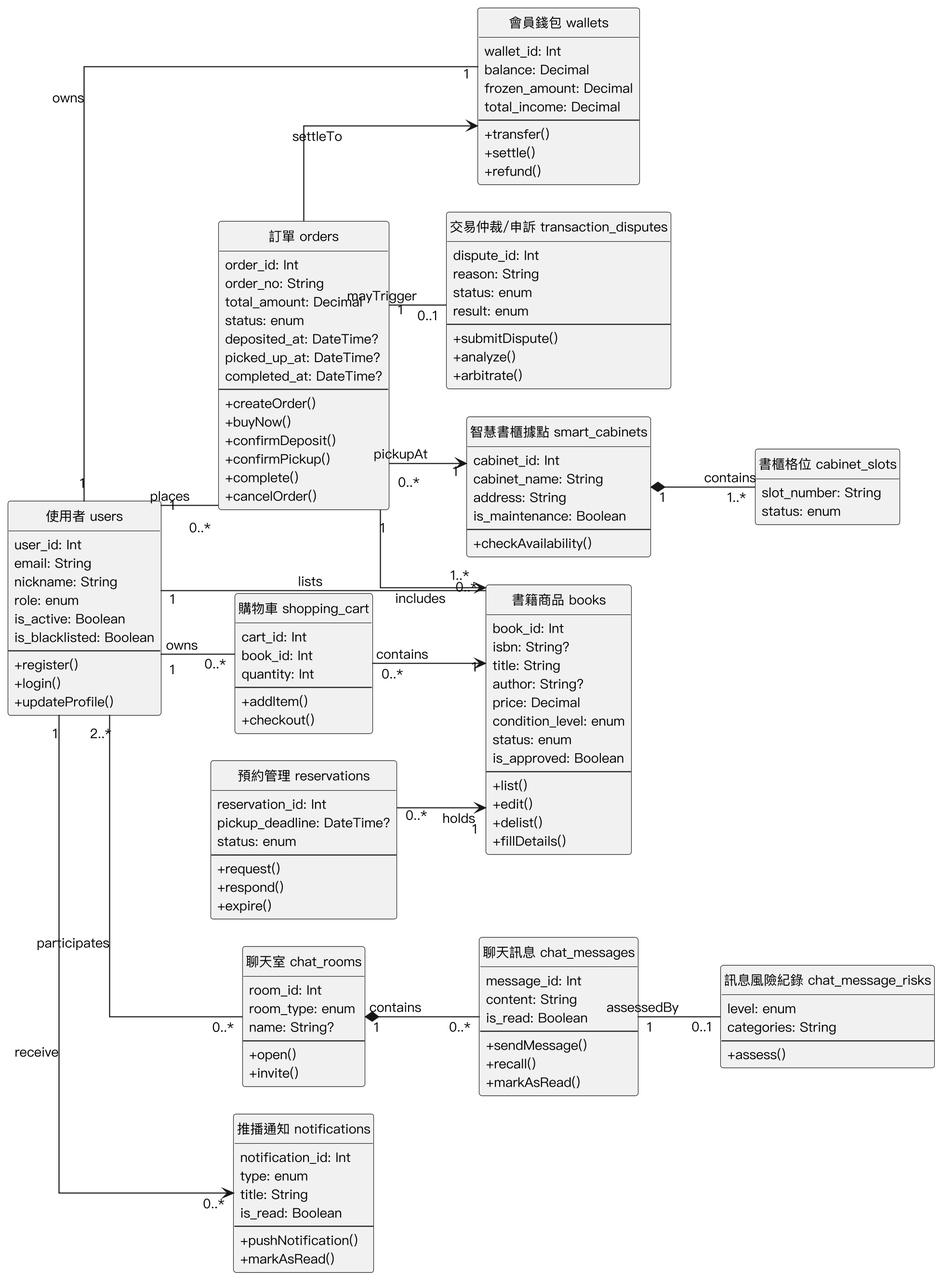
The PlantUML diagram Diagrams/Class diagram/v3/design_class.png in SaveMyBook/SaveMyBook, before a commit.
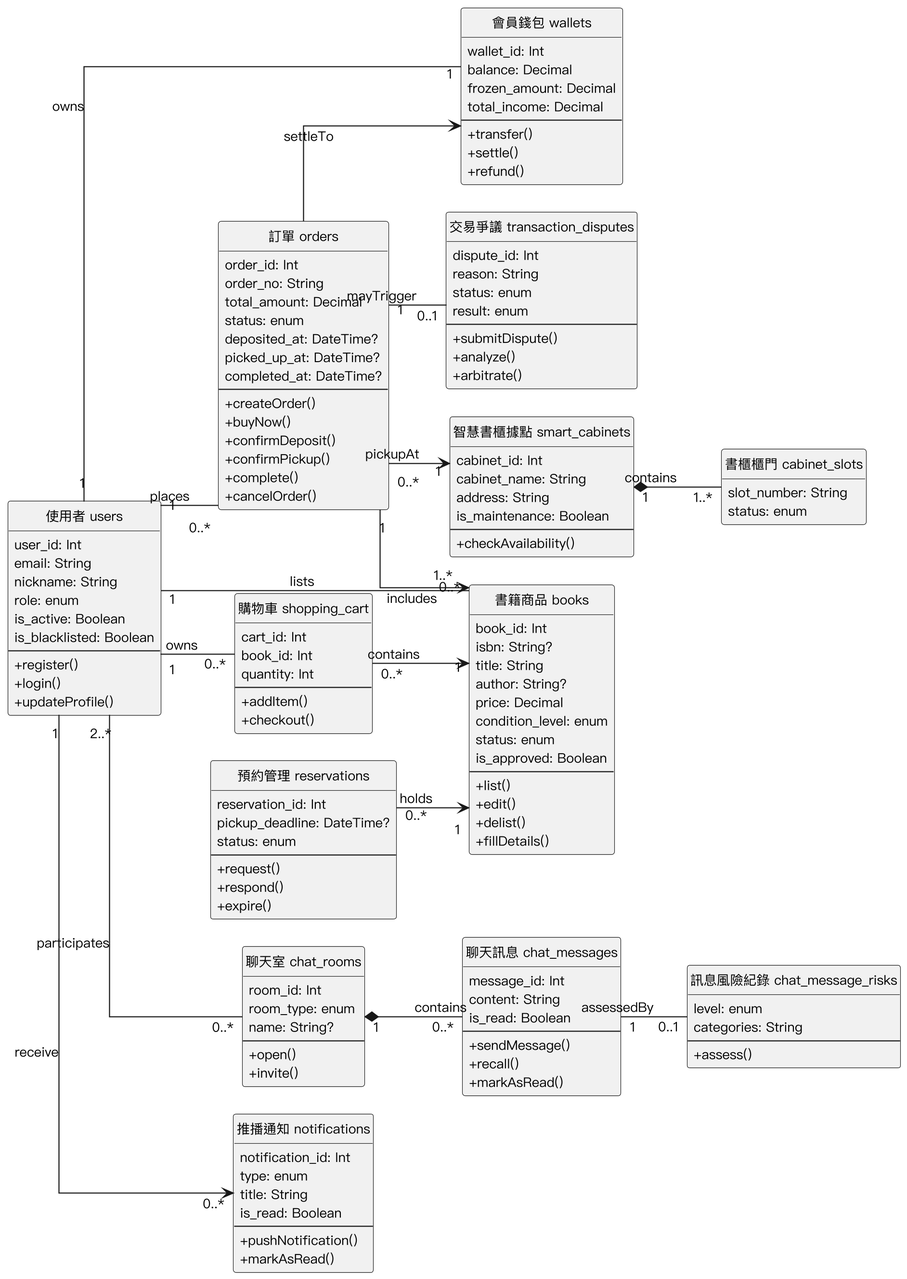
After the change.

Diff of the diagram source:
```diff
@@ -73,7 +73,7 @@
   + complete()
   + cancelOrder()
 }
-class "交易仲裁/申訴 transaction_disputes" as disputes {
+class "交易爭議 transaction_disputes" as disputes {
   dispute_id: Int
   reason: String
   status: enum
@@ -100,7 +100,7 @@
   --
   + checkAvailability()
 }
-class "書櫃格位 cabinet_slots" as slots {
+class "書櫃櫃門 cabinet_slots" as slots {
   slot_number: String
   status: enum
 }
```
